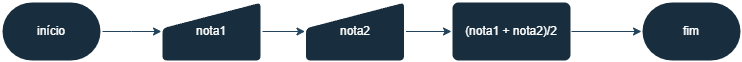
The draw.io diagram Parte-1/atividade1.png in kf-martins-uel/algoritmos-atividade1, before a commit. Source tidied: cells renumbered, new cells last; positions are measured from the earlier drawing's top-left corner, leaving out a move shared by most shapes.
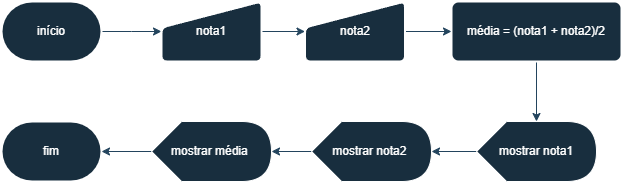
After the change.

Diff of the diagram source:
```diff
@@ -11,14 +11,14 @@
       <mxGeometry width="100" height="60" as="geometry" />
     </mxCell>
     <mxCell id="4" value="fim" style="strokeWidth=2;html=1;shape=mxgraph.flowchart.terminator;whiteSpace=wrap;labelBackgroundColor=none;fillColor=#182E3E;strokeColor=#FFFFFF;fontColor=#FFFFFF;" parent="1" vertex="1">
-      <mxGeometry x="640" width="100" height="60" as="geometry" />
+      <mxGeometry y="120" width="100" height="60" as="geometry" />
     </mxCell>
+    <mxCell id="11" style="edgeStyle=orthogonalEdgeStyle;rounded=0;jettySize=auto;html=1;strokeColor=#23445D;" parent="1" edge="1" source="5" target="13">
+      <mxGeometry relative="1" as="geometry" />
+    </mxCell>
-    <mxCell id="5" value="(nota1 + nota2)/2" style="rounded=1;whiteSpace=wrap;html=1;absoluteArcSize=1;arcSize=14;strokeWidth=2;labelBackgroundColor=none;fillColor=#182E3E;strokeColor=#FFFFFF;fontColor=#FFFFFF;" parent="1" vertex="1">
-      <mxGeometry x="450" width="120" height="60" as="geometry" />
+    <mxCell id="5" value="média = (nota1 + nota2)/2" style="rounded=1;whiteSpace=wrap;html=1;absoluteArcSize=1;arcSize=14;strokeWidth=2;labelBackgroundColor=none;fillColor=#182E3E;strokeColor=#FFFFFF;fontColor=#FFFFFF;" parent="1" vertex="1">
+      <mxGeometry x="450" width="170" height="60" as="geometry" />
     </mxCell>
-    <mxCell id="6" style="edgeStyle=orthogonalEdgeStyle;rounded=0;jettySize=auto;html=1;entryX=0;entryY=0.5;entryDx=0;entryDy=0;entryPerimeter=0;labelBackgroundColor=none;fontColor=default;strokeColor=#23445D;" parent="1" edge="1" source="5" target="4">
-      <mxGeometry relative="1" as="geometry" />
-    </mxCell>
     <mxCell id="7" style="edgeStyle=orthogonalEdgeStyle;rounded=0;jettySize=auto;html=1;labelBackgroundColor=none;strokeColor=#23445D;fontColor=default;" parent="1" edge="1" source="8" target="10">
       <mxGeometry relative="1" as="geometry" />
     </mxCell>
@@ -31,5 +31,23 @@
     <mxCell id="10" value="nota2" style="html=1;strokeWidth=2;shape=manualInput;whiteSpace=wrap;rounded=1;size=26;arcSize=11;labelBackgroundColor=none;fillColor=#182E3E;strokeColor=#FFFFFF;fontColor=#FFFFFF;" parent="1" vertex="1">
       <mxGeometry x="303.5" width="100" height="60" as="geometry" />
     </mxCell>
+    <mxCell id="12" style="edgeStyle=orthogonalEdgeStyle;rounded=0;jettySize=auto;html=1;strokeColor=#23445D;" parent="1" edge="1" source="13" target="15">
+      <mxGeometry relative="1" as="geometry" />
+    </mxCell>
+    <mxCell id="13" value="mostrar nota1" style="shape=display;whiteSpace=wrap;html=1;strokeColor=#FFFFFF;fontColor=#FFFFFF;fillColor=#182E3E;" parent="1" vertex="1">
+      <mxGeometry x="475" y="120" width="120" height="60" as="geometry" />
+    </mxCell>
+    <mxCell id="14" style="edgeStyle=orthogonalEdgeStyle;rounded=0;jettySize=auto;html=1;strokeColor=#23445D;" parent="1" edge="1" source="15" target="17">
+      <mxGeometry relative="1" as="geometry" />
+    </mxCell>
+    <mxCell id="15" value="mostrar nota2&amp;nbsp;" style="shape=display;whiteSpace=wrap;html=1;strokeColor=#FFFFFF;fontColor=#FFFFFF;fillColor=#182E3E;" parent="1" vertex="1">
+      <mxGeometry x="310" y="120" width="120" height="60" as="geometry" />
+    </mxCell>
+    <mxCell id="16" style="edgeStyle=orthogonalEdgeStyle;rounded=0;jettySize=auto;html=1;strokeColor=#23445D;" parent="1" edge="1" source="17" target="4">
+      <mxGeometry relative="1" as="geometry" />
+    </mxCell>
+    <mxCell id="17" value="mostrar média&amp;nbsp;" style="shape=display;whiteSpace=wrap;html=1;strokeColor=#FFFFFF;fontColor=#FFFFFF;fillColor=#182E3E;" parent="1" vertex="1">
+      <mxGeometry x="150" y="120" width="120" height="60" as="geometry" />
+    </mxCell>
   </root>
 </mxGraphModel>
```
